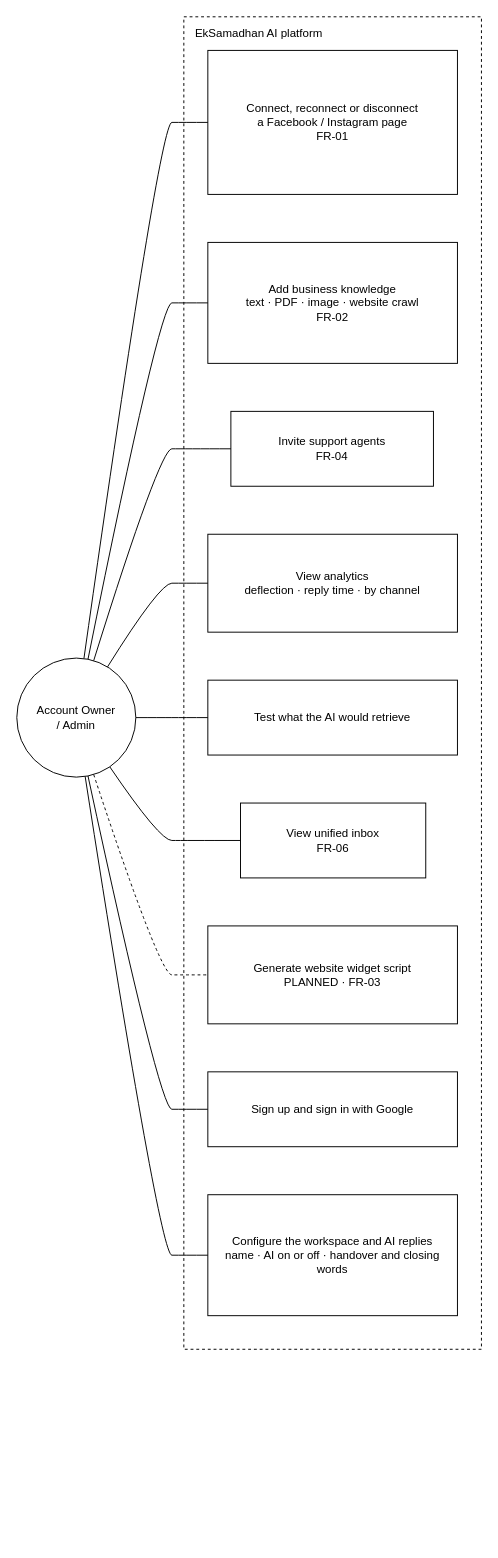
Before: docs/system-design/draw.io/use-case/use-case-account-owner.drawio in SayubShakya/eksamadhan-ai, a draw.io diagram. Source tidied: cells renumbered, new cells numbered last; positions are measured from the earlier drawing's top-left corner, leaving out a move shared by most shapes. Both pictures are drawn from the tidied source at 96%, with x=0, y=0 at pixel (16, 16).
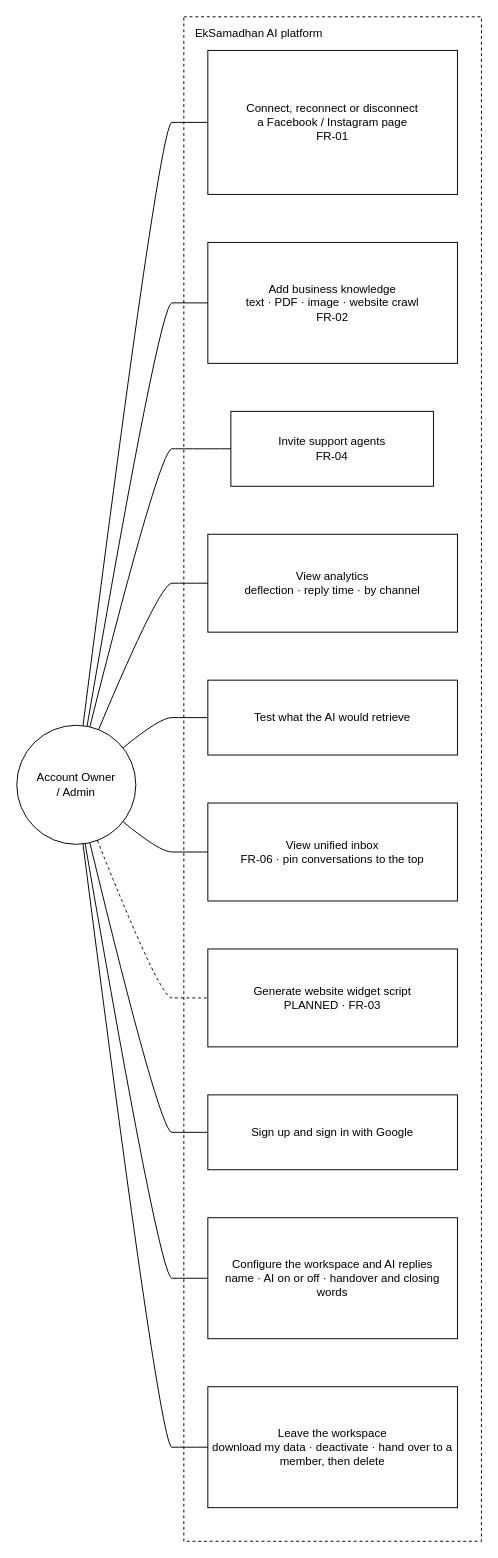
Above is the later version.

The change refers to these unchanged cells:
```xml
<mxCell id="4" value="Connect, reconnect or disconnect&lt;br/&gt;a Facebook / Instagram page&lt;br/&gt;FR-01" style="rounded=0;whiteSpace=wrap;html=1;" parent="2" vertex="1">
  <mxGeometry x="25" y="35" width="260" height="150" as="geometry" />
</mxCell>
<mxCell id="5" value="Add business knowledge&lt;br/&gt;text · PDF · image · website crawl&lt;br/&gt;FR-02" style="rounded=0;whiteSpace=wrap;html=1;" parent="2" vertex="1">
  <mxGeometry x="25" y="235" width="260" height="126" as="geometry" />
</mxCell>
<mxCell id="6" value="Invite support agents&lt;br/&gt;FR-04" style="rounded=0;whiteSpace=wrap;html=1;" parent="2" vertex="1">
  <mxGeometry x="49" y="411" width="211" height="78" as="geometry" />
</mxCell>
<mxCell id="7" value="View analytics&lt;br/&gt;deflection · reply time · by channel" style="rounded=0;whiteSpace=wrap;html=1;" parent="2" vertex="1">
  <mxGeometry x="25" y="539" width="260" height="102" as="geometry" />
</mxCell>
<mxCell id="8" value="Test what the AI would retrieve" style="rounded=0;whiteSpace=wrap;html=1;" parent="2" vertex="1">
  <mxGeometry x="25" y="691" width="260" height="78" as="geometry" />
</mxCell>
```

Diff of the diagram source:
```diff
@@
     <mxCell id="2" value="EkSamadhan AI platform" style="rounded=0;whiteSpace=wrap;html=1;dashed=1;fillColor=none;verticalAlign=top;align=left;spacingLeft=10;spacingTop=4;" parent="1" vertex="1">
-      <mxGeometry x="174" width="310" height="1388" as="geometry" />
+      <mxGeometry x="174" width="310" height="1588" as="geometry" />
     </mxCell>
     <mxCell id="3" value="Account Owner&lt;br/&gt;/ Admin" style="ellipse;whiteSpace=wrap;html=1;" parent="1" vertex="1">
-      <mxGeometry y="668" width="124" height="124" as="geometry" />
+      <mxGeometry y="738" width="124" height="124" as="geometry" />
     </mxCell>
@@
-    <mxCell id="9" value="View unified inbox&lt;br/&gt;FR-06" style="rounded=0;whiteSpace=wrap;html=1;" parent="2" vertex="1">
-      <mxGeometry x="59" y="819" width="193" height="78" as="geometry" />
+    <mxCell id="9" value="View unified inbox&lt;br/&gt;FR-06 · pin conversations to the top" style="rounded=0;whiteSpace=wrap;html=1;" parent="2" vertex="1">
+      <mxGeometry x="25" y="819" width="260" height="102" as="geometry" />
     </mxCell>
     <mxCell id="10" value="Generate website widget script&lt;br/&gt;PLANNED · FR-03" style="rounded=0;whiteSpace=wrap;html=1;" parent="2" vertex="1">
-      <mxGeometry x="25" y="947" width="260" height="102" as="geometry" />
+      <mxGeometry x="25" y="971" width="260" height="102" as="geometry" />
     </mxCell>
     <mxCell id="11" value="Sign up and sign in with Google" style="rounded=0;whiteSpace=wrap;html=1;" parent="2" vertex="1">
-      <mxGeometry x="25" y="1099" width="260" height="78" as="geometry" />
+      <mxGeometry x="25" y="1123" width="260" height="78" as="geometry" />
     </mxCell>
     <mxCell id="12" value="Configure the workspace and AI replies&lt;br/&gt;name · AI on or off · handover and closing words" style="rounded=0;whiteSpace=wrap;html=1;" parent="2" vertex="1">
-      <mxGeometry x="25" y="1227" width="260" height="126" as="geometry" />
+      <mxGeometry x="25" y="1251" width="260" height="126" as="geometry" />
     </mxCell>
+    <mxCell id="22" value="Leave the workspace&lt;br/&gt;download my data · deactivate · hand over to a member, then delete" style="rounded=0;whiteSpace=wrap;html=1;" parent="2" vertex="1">
+      <mxGeometry x="25" y="1427" width="260" height="126" as="geometry" />
+    </mxCell>
-    <mxCell id="13" style="edgeStyle=none;curved=1;html=1;endArrow=none;exitX=0.57;exitY=0.00;exitDx=0;exitDy=0;entryX=0.00;entryY=0.50;entryDx=0;entryDy=0;" parent="1" edge="1" source="3" target="4">
+    <mxCell id="13" style="edgeStyle=none;curved=1;html=1;endArrow=none;exitX=0.56;exitY=0.00;exitDx=0;exitDy=0;entryX=0.00;entryY=0.50;entryDx=0;entryDy=0;" parent="1" edge="1" source="3" target="4">
       <mxGeometry relative="1" as="geometry">
         <Array as="points">
           <mxPoint x="149" y="110" />
           <mxPoint x="174" y="110" />
         </Array>
       </mxGeometry>
     </mxCell>
-    <mxCell id="14" style="edgeStyle=none;curved=1;html=1;endArrow=none;exitX=0.60;exitY=0.01;exitDx=0;exitDy=0;entryX=0.00;entryY=0.50;entryDx=0;entryDy=0;" parent="1" edge="1" source="3" target="5">
+    <mxCell id="14" style="edgeStyle=none;curved=1;html=1;endArrow=none;exitX=0.59;exitY=0.01;exitDx=0;exitDy=0;entryX=0.00;entryY=0.50;entryDx=0;entryDy=0;" parent="1" edge="1" source="3" target="5">
       <mxGeometry relative="1" as="geometry">
         <Array as="points">
           <mxPoint x="149" y="298" />
           <mxPoint x="174" y="298" />
         </Array>
       </mxGeometry>
     </mxCell>
-    <mxCell id="15" style="edgeStyle=none;curved=1;html=1;endArrow=none;exitX=0.65;exitY=0.02;exitDx=0;exitDy=0;entryX=0.00;entryY=0.50;entryDx=0;entryDy=0;" parent="1" edge="1" source="3" target="6">
+    <mxCell id="15" style="edgeStyle=none;curved=1;html=1;endArrow=none;exitX=0.62;exitY=0.01;exitDx=0;exitDy=0;entryX=0.00;entryY=0.50;entryDx=0;entryDy=0;" parent="1" edge="1" source="3" target="6">
       <mxGeometry relative="1" as="geometry">
         <Array as="points">
           <mxPoint x="149" y="450" />
           <mxPoint x="174" y="450" />
         </Array>
       </mxGeometry>
     </mxCell>
-    <mxCell id="16" style="edgeStyle=none;curved=1;html=1;endArrow=none;exitX=0.76;exitY=0.08;exitDx=0;exitDy=0;entryX=0.00;entryY=0.50;entryDx=0;entryDy=0;" parent="1" edge="1" source="3" target="7">
+    <mxCell id="16" style="edgeStyle=none;curved=1;html=1;endArrow=none;exitX=0.69;exitY=0.04;exitDx=0;exitDy=0;entryX=0.00;entryY=0.50;entryDx=0;entryDy=0;" parent="1" edge="1" source="3" target="7">
       <mxGeometry relative="1" as="geometry">
         <Array as="points">
           <mxPoint x="149" y="590" />
           <mxPoint x="174" y="590" />
         </Array>
       </mxGeometry>
     </mxCell>
-    <mxCell id="17" style="edgeStyle=none;curved=1;html=1;endArrow=none;exitX=1.00;exitY=0.50;exitDx=0;exitDy=0;entryX=0.00;entryY=0.50;entryDx=0;entryDy=0;" parent="1" edge="1" source="3" target="8">
+    <mxCell id="17" style="edgeStyle=none;curved=1;html=1;endArrow=none;exitX=0.89;exitY=0.19;exitDx=0;exitDy=0;entryX=0.00;entryY=0.50;entryDx=0;entryDy=0;" parent="1" edge="1" source="3" target="8">
       <mxGeometry relative="1" as="geometry">
         <Array as="points">
           <mxPoint x="149" y="730" />
           <mxPoint x="174" y="730" />
         </Array>
       </mxGeometry>
     </mxCell>
-    <mxCell id="18" style="edgeStyle=none;curved=1;html=1;endArrow=none;exitX=0.78;exitY=0.91;exitDx=0;exitDy=0;entryX=0.00;entryY=0.50;entryDx=0;entryDy=0;" parent="1" edge="1" source="3" target="9">
+    <mxCell id="18" style="edgeStyle=none;curved=1;html=1;endArrow=none;exitX=0.89;exitY=0.81;exitDx=0;exitDy=0;entryX=0.00;entryY=0.50;entryDx=0;entryDy=0;" parent="1" edge="1" source="3" target="9">
       <mxGeometry relative="1" as="geometry">
         <Array as="points">
-          <mxPoint x="149" y="858" />
-          <mxPoint x="174" y="858" />
+          <mxPoint x="149" y="870" />
+          <mxPoint x="174" y="870" />
         </Array>
       </mxGeometry>
     </mxCell>
-    <mxCell id="19" style="edgeStyle=none;curved=1;html=1;endArrow=none;exitX=0.60;exitY=0.99;exitDx=0;exitDy=0;entryX=0.00;entryY=0.50;entryDx=0;entryDy=0;" parent="1" edge="1" source="3" target="11">
+    <mxCell id="19" style="edgeStyle=none;curved=1;html=1;endArrow=none;exitX=0.62;exitY=0.99;exitDx=0;exitDy=0;entryX=0.00;entryY=0.50;entryDx=0;entryDy=0;" parent="1" edge="1" source="3" target="11">
       <mxGeometry relative="1" as="geometry">
         <Array as="points">
-          <mxPoint x="149" y="1138" />
-          <mxPoint x="174" y="1138" />
+          <mxPoint x="149" y="1162" />
+          <mxPoint x="174" y="1162" />
         </Array>
       </mxGeometry>
     </mxCell>
     <mxCell id="20" style="edgeStyle=none;curved=1;html=1;endArrow=none;exitX=0.58;exitY=0.99;exitDx=0;exitDy=0;entryX=0.00;entryY=0.50;entryDx=0;entryDy=0;" parent="1" edge="1" source="3" target="12">
       <mxGeometry relative="1" as="geometry">
         <Array as="points">
-          <mxPoint x="149" y="1290" />
-          <mxPoint x="174" y="1290" />
+          <mxPoint x="149" y="1314" />
+          <mxPoint x="174" y="1314" />
         </Array>
       </mxGeometry>
     </mxCell>
-    <mxCell id="21" style="edgeStyle=none;curved=1;html=1;dashed=1;endArrow=none;exitX=0.65;exitY=0.98;exitDx=0;exitDy=0;entryX=0.00;entryY=0.50;entryDx=0;entryDy=0;" parent="1" edge="1" source="3" target="10">
+    <mxCell id="21" style="edgeStyle=none;curved=1;html=1;endArrow=none;exitX=0.56;exitY=1.00;exitDx=0;exitDy=0;entryX=0.00;entryY=0.50;entryDx=0;entryDy=0;" parent="1" edge="1" source="3" target="22">
       <mxGeometry relative="1" as="geometry">
         <Array as="points">
-          <mxPoint x="149" y="998" />
-          <mxPoint x="174" y="998" />
+          <mxPoint x="149" y="1490" />
+          <mxPoint x="174" y="1490" />
         </Array>
       </mxGeometry>
     </mxCell>
+    <mxCell id="23" style="edgeStyle=none;curved=1;html=1;dashed=1;endArrow=none;exitX=0.68;exitY=0.97;exitDx=0;exitDy=0;entryX=0.00;entryY=0.50;entryDx=0;entryDy=0;" parent="1" edge="1" source="3" target="10">
+      <mxGeometry relative="1" as="geometry">
+        <Array as="points">
+          <mxPoint x="149" y="1022" />
+          <mxPoint x="174" y="1022" />
+        </Array>
+      </mxGeometry>
+    </mxCell>
```
